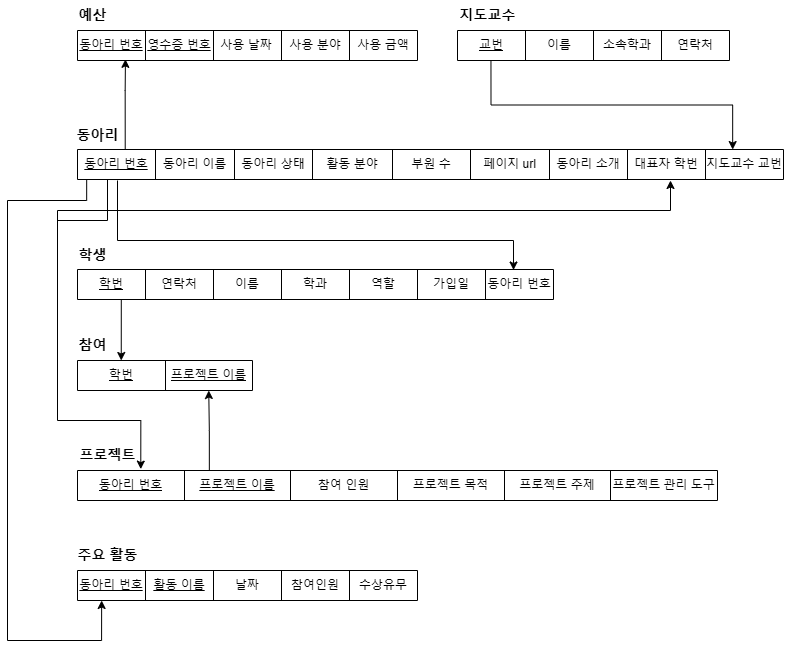
Above: docs/relationalSchema.png in jjj5306/ClubManagementSystem (draw.io), before the change. Source tidied: cells renumbered, new cells last; positions are measured from the earlier drawing's top-left corner, leaving out a move shared by most shapes.
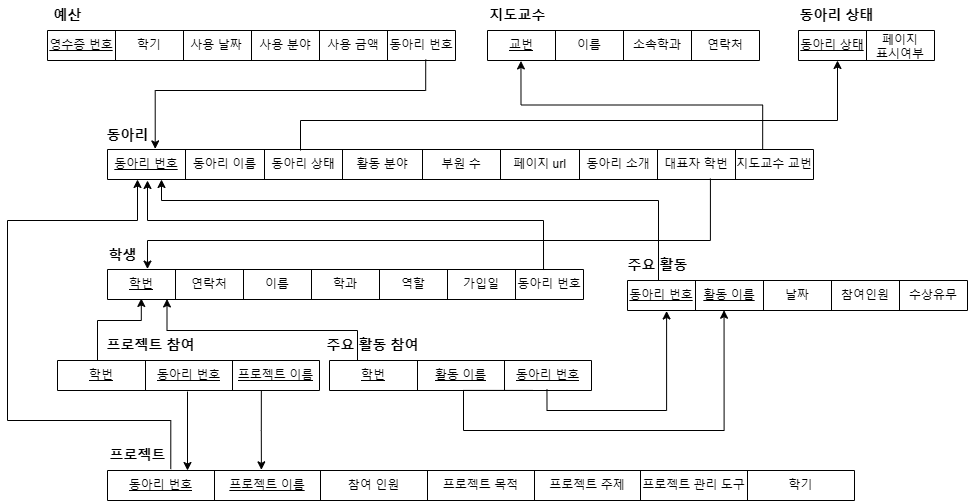
The same file after the commit.

Commit message:
docs : update relaional schema

What changed in the source:
```diff
@@ -65,6 +65,15 @@
     <mxCell id="22" value="동아리 번호" style="shape=partialRectangle;html=1;whiteSpace=wrap;strokeColor=inherit;overflow=hidden;fillColor=none;top=0;left=0;bottom=0;right=0;" parent="15" vertex="1">
       <mxGeometry x="408" width="68" height="30" as="geometry" />
     </mxCell>
+    <mxCell id="60" style="edgeStyle=orthogonalEdgeStyle;rounded=0;jettySize=auto;html=1;entryX=0.916;entryY=0.017;entryDx=0;entryDy=0;entryPerimeter=0;exitX=0.916;exitY=0.017;exitDx=0;exitDy=0;exitPerimeter=0;" parent="14" edge="1" source="15">
+      <mxGeometry relative="1" as="geometry">
+        <mxPoint x="40" y="-89" as="targetPoint" />
+        <Array as="points">
+          <mxPoint x="436" y="-49" />
+          <mxPoint x="40" y="-49" />
+        </Array>
+      </mxGeometry>
+    </mxCell>
     <mxCell id="23" value="&lt;font style=&quot;font-size: 14px;&quot;&gt;&lt;b&gt;학생&lt;/b&gt;&lt;/font&gt;" style="text;html=1;align=center;verticalAlign=middle;strokeColor=none;fillColor=none;" parent="1" vertex="1">
       <mxGeometry x="60" y="240" width="50" height="30" as="geometry" />
     </mxCell>
@@ -87,31 +96,34 @@
       <mxGeometry x="204" width="68" height="30" as="geometry" />
     </mxCell>
     <mxCell id="30" style="shape=table;startSize=0;" parent="1" vertex="1">
-      <mxGeometry x="70" y="30" width="340" height="30" as="geometry" />
+      <mxGeometry x="10" y="30" width="408" height="30" as="geometry" />
     </mxCell>
     <mxCell id="31" style="shape=tableRow;horizontal=0;startSize=0;swimlaneHead=0;swimlaneBody=0;strokeColor=inherit;top=0;left=0;bottom=0;right=0;fillColor=none;points=[[0,0.5],[1,0.5]];portConstraint=eastwest;" parent="30" vertex="1">
-      <mxGeometry width="340" height="30" as="geometry" />
+      <mxGeometry width="408" height="30" as="geometry" />
     </mxCell>
+    <mxCell id="69" value="&lt;u style=&quot;forced-color-adjust: none; color: rgb(0, 0, 0); font-family: Helvetica; font-size: 12px; font-style: normal; font-variant-ligatures: normal; font-variant-caps: normal; font-weight: 400; letter-spacing: normal; orphans: 2; text-align: center; text-indent: 0px; text-transform: none; widows: 2; word-spacing: 0px; -webkit-text-stroke-width: 0px; white-space: normal; background-color: rgb(251, 251, 251);&quot;&gt;영수증 번호&lt;/u&gt;" style="shape=partialRectangle;html=1;whiteSpace=wrap;strokeColor=inherit;overflow=hidden;fillColor=none;top=0;left=0;bottom=0;right=0;" parent="31" vertex="1">
+      <mxGeometry width="68" height="30" as="geometry" />
+    </mxCell>
-    <mxCell id="32" value="&lt;u&gt;동아리 번호&lt;/u&gt;" style="shape=partialRectangle;html=1;whiteSpace=wrap;strokeColor=inherit;overflow=hidden;fillColor=none;top=0;left=0;bottom=0;right=0;" parent="31" vertex="1">
-      <mxGeometry width="68" height="30" as="geometry" />
+    <mxCell id="32" value="학기" style="shape=partialRectangle;html=1;whiteSpace=wrap;strokeColor=inherit;overflow=hidden;fillColor=none;top=0;left=0;bottom=0;right=0;" parent="31" vertex="1">
+      <mxGeometry x="68" width="68" height="30" as="geometry" />
     </mxCell>
-    <mxCell id="33" value="&lt;u&gt;영수증 번호&lt;/u&gt;" style="shape=partialRectangle;html=1;whiteSpace=wrap;strokeColor=inherit;overflow=hidden;fillColor=none;top=0;left=0;bottom=0;right=0;" parent="31" vertex="1">
-      <mxGeometry x="68" width="68" height="30" as="geometry" />
+    <mxCell id="33" value="사용 날짜&lt;span style=&quot;white-space: pre;&quot;&gt;&#9;&lt;/span&gt;" style="shape=partialRectangle;html=1;whiteSpace=wrap;strokeColor=inherit;overflow=hidden;fillColor=none;top=0;left=0;bottom=0;right=0;" parent="31" vertex="1">
+      <mxGeometry x="136" width="68" height="30" as="geometry" />
     </mxCell>
-    <mxCell id="34" value="사용 날짜&lt;span style=&quot;white-space: pre;&quot;&gt;&#9;&lt;/span&gt;" style="shape=partialRectangle;html=1;whiteSpace=wrap;strokeColor=inherit;overflow=hidden;fillColor=none;top=0;left=0;bottom=0;right=0;" parent="31" vertex="1">
-      <mxGeometry x="136" width="68" height="30" as="geometry" />
+    <mxCell id="34" value="사용 분야" style="shape=partialRectangle;html=1;whiteSpace=wrap;strokeColor=inherit;overflow=hidden;fillColor=none;top=0;left=0;bottom=0;right=0;" parent="31" vertex="1">
+      <mxGeometry x="204" width="68" height="30" as="geometry" />
     </mxCell>
-    <mxCell id="35" value="사용 분야" style="shape=partialRectangle;html=1;whiteSpace=wrap;strokeColor=inherit;overflow=hidden;fillColor=none;top=0;left=0;bottom=0;right=0;" parent="31" vertex="1">
-      <mxGeometry x="204" width="68" height="30" as="geometry" />
+    <mxCell id="35" value="사용 금액" style="shape=partialRectangle;html=1;whiteSpace=wrap;strokeColor=inherit;overflow=hidden;fillColor=none;top=0;left=0;bottom=0;right=0;" parent="31" vertex="1">
+      <mxGeometry x="272" width="68" height="30" as="geometry" />
     </mxCell>
-    <mxCell id="36" value="사용 금액" style="shape=partialRectangle;html=1;whiteSpace=wrap;strokeColor=inherit;overflow=hidden;fillColor=none;top=0;left=0;bottom=0;right=0;" parent="31" vertex="1">
-      <mxGeometry x="272" width="68" height="30" as="geometry" />
+    <mxCell id="36" value="동아리 번호" style="shape=partialRectangle;html=1;whiteSpace=wrap;strokeColor=inherit;overflow=hidden;fillColor=none;top=0;left=0;bottom=0;right=0;" parent="31" vertex="1">
+      <mxGeometry x="340" width="68" height="30" as="geometry" />
     </mxCell>
     <mxCell id="37" value="&lt;span style=&quot;font-size: 14px;&quot;&gt;&lt;b&gt;예산&lt;/b&gt;&lt;/span&gt;" style="text;html=1;align=center;verticalAlign=middle;strokeColor=none;fillColor=none;" parent="1" vertex="1">
-      <mxGeometry x="60" width="50" height="30" as="geometry" />
+      <mxGeometry x="5" width="50" height="30" as="geometry" />
     </mxCell>
     <mxCell id="38" style="shape=table;startSize=0;fontStyle=4;" parent="1" vertex="1">
-      <mxGeometry x="70" y="570" width="340" height="30" as="geometry" />
+      <mxGeometry x="590" y="280" width="340" height="30" as="geometry" />
     </mxCell>
     <mxCell id="39" style="shape=tableRow;horizontal=0;startSize=0;swimlaneHead=0;swimlaneBody=0;strokeColor=inherit;top=0;left=0;bottom=0;right=0;fillColor=none;points=[[0,0.5],[1,0.5]];portConstraint=eastwest;fontStyle=4;" parent="38" vertex="1">
       <mxGeometry width="340" height="30" as="geometry" />
@@ -132,15 +144,13 @@
       <mxGeometry x="272" width="68" height="30" as="geometry" />
     </mxCell>
     <mxCell id="45" value="&lt;span style=&quot;font-size: 14px;&quot;&gt;&lt;b&gt;주요 활동&lt;/b&gt;&lt;/span&gt;" style="text;html=1;align=center;verticalAlign=middle;strokeColor=none;fillColor=none;" parent="1" vertex="1">
-      <mxGeometry x="60" y="540" width="80" height="30" as="geometry" />
+      <mxGeometry x="580" y="250" width="80" height="30" as="geometry" />
     </mxCell>
-    <mxCell id="46" style="edgeStyle=orthogonalEdgeStyle;rounded=0;orthogonalLoop=1;jettySize=auto;html=1;" parent="1" edge="1">
+    <mxCell id="46" style="edgeStyle=orthogonalEdgeStyle;rounded=0;jettySize=auto;html=1;exitX=0.854;exitY=0.969;exitDx=0;exitDy=0;exitPerimeter=0;entryX=0.084;entryY=-0.014;entryDx=0;entryDy=0;entryPerimeter=0;" parent="1" edge="1" source="3" target="15">
       <mxGeometry relative="1" as="geometry">
-        <mxPoint x="50" y="270" as="sourcePoint" />
-        <mxPoint x="663" y="180" as="targetPoint" />
         <Array as="points">
-          <mxPoint x="50" y="210" />
-          <mxPoint x="663" y="210" />
+          <mxPoint x="673" y="240" />
+          <mxPoint x="110" y="240" />
         </Array>
       </mxGeometry>
     </mxCell>
@@ -148,10 +158,10 @@
       <mxGeometry x="440" width="80" height="30" as="geometry" />
     </mxCell>
     <mxCell id="48" style="shape=table;startSize=0;" parent="1" vertex="1">
-      <mxGeometry x="70" y="470" width="640" height="30" as="geometry" />
+      <mxGeometry x="70" y="470" width="747" height="30" as="geometry" />
     </mxCell>
     <mxCell id="49" style="shape=tableRow;horizontal=0;startSize=0;swimlaneHead=0;swimlaneBody=0;strokeColor=inherit;top=0;left=0;bottom=0;right=0;fillColor=none;points=[[0,0.5],[1,0.5]];portConstraint=eastwest;" parent="48" vertex="1">
-      <mxGeometry width="640" height="30" as="geometry" />
+      <mxGeometry width="747" height="30" as="geometry" />
     </mxCell>
     <mxCell id="50" value="&lt;u&gt;동아리 번호&lt;/u&gt;" style="shape=partialRectangle;html=1;whiteSpace=wrap;strokeColor=inherit;overflow=hidden;fillColor=none;top=0;left=0;bottom=0;right=0;" parent="49" vertex="1">
       <mxGeometry width="107" height="30" as="geometry" />
@@ -171,64 +181,143 @@
     <mxCell id="55" value="프로젝트 관리 도구" style="shape=partialRectangle;html=1;whiteSpace=wrap;strokeColor=inherit;overflow=hidden;fillColor=none;top=0;left=0;bottom=0;right=0;" parent="49" vertex="1">
       <mxGeometry x="533" width="107" height="30" as="geometry" />
     </mxCell>
+    <mxCell id="70" value="학기" style="shape=partialRectangle;html=1;whiteSpace=wrap;strokeColor=inherit;overflow=hidden;fillColor=none;top=0;left=0;bottom=0;right=0;" parent="49" vertex="1">
+      <mxGeometry x="640" width="107" height="30" as="geometry" />
+    </mxCell>
     <mxCell id="56" value="&lt;span style=&quot;font-size: 14px;&quot;&gt;&lt;b&gt;프로젝트&lt;/b&gt;&lt;/span&gt;" style="text;html=1;align=center;verticalAlign=middle;points=[];strokeColor=none;fillColor=none;" parent="1" vertex="1">
       <mxGeometry x="60" y="440" width="80" height="30" as="geometry" />
     </mxCell>
-    <mxCell id="57" style="edgeStyle=orthogonalEdgeStyle;rounded=0;jettySize=auto;html=1;exitX=0.896;exitY=0.947;exitDx=0;exitDy=0;entryX=0.141;entryY=0.961;entryDx=0;entryDy=0;entryPerimeter=0;exitPerimeter=0;" parent="1" edge="1" source="13" target="30">
-      <mxGeometry relative="1" as="geometry" />
-    </mxCell>
-    <mxCell id="58" style="edgeStyle=orthogonalEdgeStyle;rounded=0;jettySize=auto;html=1;exitX=0.123;exitY=1.015;exitDx=0;exitDy=0;entryX=0.928;entryY=0.002;entryDx=0;entryDy=0;entryPerimeter=0;exitPerimeter=0;" parent="1" edge="1" source="25" target="3">
-      <mxGeometry relative="1" as="geometry" />
-    </mxCell>
-    <mxCell id="59" style="edgeStyle=orthogonalEdgeStyle;rounded=0;jettySize=auto;html=1;entryX=0.916;entryY=0.954;entryDx=0;entryDy=0;entryPerimeter=0;exitX=0.054;exitY=1.001;exitDx=0;exitDy=0;exitPerimeter=0;" parent="1" edge="1" source="3" target="56">
+    <mxCell id="59" style="edgeStyle=orthogonalEdgeStyle;rounded=0;jettySize=auto;html=1;exitX=0.916;exitY=0.954;exitDx=0;exitDy=0;exitPerimeter=0;" parent="1" edge="1" source="56" target="3">
       <mxGeometry relative="1" as="geometry">
         <Array as="points">
+          <mxPoint x="133" y="420" />
+          <mxPoint x="-30" y="420" />
+          <mxPoint x="-30" y="220" />
           <mxPoint x="100" y="220" />
-          <mxPoint x="50" y="220" />
-          <mxPoint x="50" y="420" />
-          <mxPoint x="133" y="420" />
         </Array>
       </mxGeometry>
     </mxCell>
-    <mxCell id="60" style="edgeStyle=orthogonalEdgeStyle;rounded=0;jettySize=auto;html=1;entryX=0.916;entryY=0.017;entryDx=0;entryDy=0;entryPerimeter=0;" parent="1" edge="1" target="15">
-      <mxGeometry relative="1" as="geometry">
-        <mxPoint x="110" y="180" as="sourcePoint" />
-        <Array as="points">
-          <mxPoint x="110" y="240" />
-          <mxPoint x="506" y="240" />
-        </Array>
-      </mxGeometry>
-    </mxCell>
     <mxCell id="61" style="shape=table;startSize=0;" parent="1" vertex="1">
-      <mxGeometry x="70" y="360" width="175" height="30" as="geometry" />
+      <mxGeometry x="20" y="360" width="262" height="30" as="geometry" />
     </mxCell>
     <mxCell id="62" style="shape=tableRow;horizontal=0;startSize=0;swimlaneHead=0;swimlaneBody=0;strokeColor=inherit;top=0;left=0;bottom=0;right=0;fillColor=none;points=[[0,0.5],[1,0.5]];portConstraint=eastwest;" parent="61" vertex="1">
-      <mxGeometry width="175" height="30" as="geometry" />
+      <mxGeometry width="262" height="30" as="geometry" />
     </mxCell>
     <mxCell id="63" value="&lt;u&gt;학번&lt;/u&gt;" style="shape=partialRectangle;html=1;whiteSpace=wrap;strokeColor=inherit;overflow=hidden;fillColor=none;top=0;left=0;bottom=0;right=0;" parent="62" vertex="1">
       <mxGeometry width="88" height="30" as="geometry" />
     </mxCell>
-    <mxCell id="64" value="&lt;u&gt;프로젝트 이름&lt;/u&gt;" style="shape=partialRectangle;html=1;whiteSpace=wrap;strokeColor=inherit;overflow=hidden;fillColor=none;top=0;left=0;bottom=0;right=0;" parent="62" vertex="1">
+    <mxCell id="64" value="&lt;u&gt;동아리 번호&lt;/u&gt;" style="shape=partialRectangle;html=1;whiteSpace=wrap;strokeColor=inherit;overflow=hidden;fillColor=none;top=0;left=0;bottom=0;right=0;" parent="62" vertex="1">
       <mxGeometry x="88" width="87" height="30" as="geometry" />
     </mxCell>
+    <mxCell id="71" value="&lt;u&gt;프로젝트 이름&lt;/u&gt;" style="shape=partialRectangle;html=1;whiteSpace=wrap;strokeColor=inherit;overflow=hidden;fillColor=none;top=0;left=0;bottom=0;right=0;" parent="62" vertex="1">
+      <mxGeometry x="175" width="87" height="30" as="geometry" />
+    </mxCell>
-    <mxCell id="65" value="&lt;span style=&quot;font-size: 14px;&quot;&gt;&lt;b&gt;참여&lt;/b&gt;&lt;/span&gt;" style="text;html=1;align=center;verticalAlign=middle;strokeColor=none;fillColor=none;" parent="1" vertex="1">
-      <mxGeometry x="60" y="330" width="50" height="30" as="geometry" />
+    <mxCell id="65" value="&lt;span style=&quot;font-size: 14px;&quot;&gt;&lt;b&gt;프로젝트 참여&lt;/b&gt;&lt;/span&gt;" style="text;html=1;align=center;verticalAlign=middle;strokeColor=none;fillColor=none;" parent="1" vertex="1">
+      <mxGeometry x="58" y="330" width="110" height="30" as="geometry" />
     </mxCell>
-    <mxCell id="66" style="edgeStyle=orthogonalEdgeStyle;rounded=0;jettySize=auto;html=1;entryX=0.25;entryY=0;entryDx=0;entryDy=0;exitX=0.092;exitY=1.017;exitDx=0;exitDy=0;exitPerimeter=0;" parent="1" edge="1" source="15" target="61">
-      <mxGeometry relative="1" as="geometry" />
+    <mxCell id="66" style="edgeStyle=orthogonalEdgeStyle;rounded=0;jettySize=auto;html=1;entryX=0.071;entryY=0.965;entryDx=0;entryDy=0;exitX=0.25;exitY=0;exitDx=0;exitDy=0;entryPerimeter=0;" parent="1" edge="1" source="61" target="15">
+      <mxGeometry relative="1" as="geometry">
+        <Array as="points">
+          <mxPoint x="60" y="360" />
+          <mxPoint x="60" y="320" />
+          <mxPoint x="104" y="320" />
+        </Array>
+      </mxGeometry>
     </mxCell>
+    <mxCell id="72" style="shape=table;startSize=0;" parent="1" vertex="1">
+      <mxGeometry x="292" y="360" width="262" height="30" as="geometry" />
+    </mxCell>
+    <mxCell id="73" style="shape=tableRow;horizontal=0;startSize=0;swimlaneHead=0;swimlaneBody=0;strokeColor=inherit;top=0;left=0;bottom=0;right=0;fillColor=none;points=[[0,0.5],[1,0.5]];portConstraint=eastwest;" parent="72" vertex="1">
+      <mxGeometry width="262" height="30" as="geometry" />
+    </mxCell>
+    <mxCell id="74" value="&lt;u&gt;학번&lt;/u&gt;" style="shape=partialRectangle;html=1;whiteSpace=wrap;strokeColor=inherit;overflow=hidden;fillColor=none;top=0;left=0;bottom=0;right=0;" parent="73" vertex="1">
+      <mxGeometry width="88" height="30" as="geometry" />
+    </mxCell>
+    <mxCell id="75" value="&lt;u&gt;활동 이름&lt;/u&gt;" style="shape=partialRectangle;html=1;whiteSpace=wrap;strokeColor=inherit;overflow=hidden;fillColor=none;top=0;left=0;bottom=0;right=0;" parent="73" vertex="1">
+      <mxGeometry x="88" width="87" height="30" as="geometry" />
+    </mxCell>
+    <mxCell id="76" value="동아리 번호" style="shape=partialRectangle;html=1;whiteSpace=wrap;strokeColor=inherit;overflow=hidden;fillColor=none;top=0;left=0;bottom=0;right=0;fontStyle=4;" parent="73" vertex="1">
+      <mxGeometry x="175" width="87" height="30" as="geometry" />
+    </mxCell>
+    <mxCell id="77" value="&lt;span style=&quot;font-size: 14px;&quot;&gt;&lt;b&gt;주요 활동 참여&lt;/b&gt;&lt;/span&gt;" style="text;html=1;align=center;verticalAlign=middle;strokeColor=none;fillColor=none;" parent="1" vertex="1">
+      <mxGeometry x="275" y="330" width="120" height="30" as="geometry" />
+    </mxCell>
+    <mxCell id="58" style="edgeStyle=orthogonalEdgeStyle;rounded=0;jettySize=auto;html=1;exitX=0.928;exitY=0.002;exitDx=0;exitDy=0;entryX=0.123;entryY=1.015;entryDx=0;entryDy=0;entryPerimeter=0;exitPerimeter=0;" parent="1" edge="1" source="3" target="25">
+      <mxGeometry relative="1" as="geometry" />
+    </mxCell>
+    <mxCell id="57" style="edgeStyle=orthogonalEdgeStyle;rounded=0;jettySize=auto;html=1;exitX=0.927;exitY=0.968;exitDx=0;exitDy=0;entryX=0.896;entryY=0.947;entryDx=0;entryDy=0;entryPerimeter=0;exitPerimeter=0;" parent="1" edge="1" source="31" target="13">
+      <mxGeometry relative="1" as="geometry">
+        <Array as="points">
+          <mxPoint x="388" y="90" />
+          <mxPoint x="118" y="90" />
+        </Array>
+      </mxGeometry>
+    </mxCell>
+    <mxCell id="78" style="edgeStyle=orthogonalEdgeStyle;rounded=0;jettySize=auto;html=1;" parent="1" edge="1" target="3">
+      <mxGeometry relative="1" as="geometry">
+        <mxPoint x="621" y="280" as="sourcePoint" />
+        <Array as="points">
+          <mxPoint x="621" y="200" />
+          <mxPoint x="124" y="200" />
+        </Array>
+      </mxGeometry>
+    </mxCell>
+    <mxCell id="79" style="edgeStyle=orthogonalEdgeStyle;rounded=0;jettySize=auto;html=1;entryX=0.284;entryY=0.991;entryDx=0;entryDy=0;entryPerimeter=0;exitX=0.775;exitY=0.997;exitDx=0;exitDy=0;exitPerimeter=0;" parent="1" edge="1" source="73" target="39">
+      <mxGeometry relative="1" as="geometry">
+        <Array as="points">
+          <mxPoint x="426" y="390" />
+          <mxPoint x="426" y="430" />
+          <mxPoint x="687" y="430" />
+        </Array>
+      </mxGeometry>
+    </mxCell>
+    <mxCell id="80" style="edgeStyle=orthogonalEdgeStyle;rounded=0;jettySize=auto;html=1;entryX=0.125;entryY=0.982;entryDx=0;entryDy=0;entryPerimeter=0;" parent="1" edge="1" target="15">
+      <mxGeometry relative="1" as="geometry">
+        <mxPoint x="330" y="360" as="sourcePoint" />
+        <Array as="points">
+          <mxPoint x="320" y="360" />
+          <mxPoint x="320" y="330" />
+          <mxPoint x="130" y="330" />
+        </Array>
+      </mxGeometry>
+    </mxCell>
-    <mxCell id="67" style="edgeStyle=orthogonalEdgeStyle;rounded=0;jettySize=auto;html=1;exitX=0.206;exitY=-0.022;exitDx=0;exitDy=0;entryX=0.75;entryY=1;entryDx=0;entryDy=0;exitPerimeter=0;" parent="1" edge="1" source="49" target="61">
+    <mxCell id="67" style="edgeStyle=orthogonalEdgeStyle;rounded=0;jettySize=auto;html=1;exitX=0.778;exitY=1;exitDx=0;exitDy=0;entryX=0.206;entryY=-0.022;entryDx=0;entryDy=0;entryPerimeter=0;exitPerimeter=0;" parent="1" edge="1" source="62" target="49">
       <mxGeometry relative="1" as="geometry" />
     </mxCell>
-    <mxCell id="68" style="edgeStyle=orthogonalEdgeStyle;rounded=0;jettySize=auto;html=1;exitX=0.013;exitY=1.023;exitDx=0;exitDy=0;entryX=0.071;entryY=1;entryDx=0;entryDy=0;entryPerimeter=0;exitPerimeter=0;" parent="1" edge="1" source="3" target="39">
-      <mxGeometry relative="1" as="geometry">
-        <Array as="points">
-          <mxPoint x="80" y="200" />
-          <mxPoint y="200" />
-          <mxPoint y="640" />
-          <mxPoint x="94" y="640" />
-        </Array>
-      </mxGeometry>
-    </mxCell>
+    <mxCell id="81" style="shape=table;startSize=0;" parent="1" vertex="1">
+      <mxGeometry x="761" y="30" width="136" height="30" as="geometry" />
+    </mxCell>
+    <mxCell id="82" style="shape=tableRow;horizontal=0;startSize=0;swimlaneHead=0;swimlaneBody=0;strokeColor=inherit;top=0;left=0;bottom=0;right=0;fillColor=none;" parent="81" vertex="1">
+      <mxGeometry width="136" height="30" as="geometry" />
+    </mxCell>
+    <mxCell id="83" value="&lt;u&gt;동아리 상태&lt;/u&gt;" style="shape=partialRectangle;html=1;whiteSpace=wrap;strokeColor=inherit;overflow=hidden;fillColor=none;top=0;left=0;bottom=0;right=0;" parent="82" vertex="1">
+      <mxGeometry width="68" height="30" as="geometry" />
+    </mxCell>
+    <mxCell id="84" value="페이지&lt;div&gt;표시여부&lt;/div&gt;" style="shape=partialRectangle;html=1;whiteSpace=wrap;strokeColor=inherit;overflow=hidden;fillColor=none;top=0;left=0;bottom=0;right=0;" parent="82" vertex="1">
+      <mxGeometry x="68" width="68" height="30" as="geometry" />
+    </mxCell>
+    <mxCell id="85" value="&lt;span style=&quot;font-size: 14px;&quot;&gt;&lt;b&gt;동아리 상태&lt;/b&gt;&lt;/span&gt;" style="text;html=1;align=center;verticalAlign=middle;strokeColor=none;fillColor=none;" parent="1" vertex="1">
+      <mxGeometry x="749" width="100" height="30" as="geometry" />
+    </mxCell>
+    <mxCell id="86" style="edgeStyle=orthogonalEdgeStyle;rounded=0;orthogonalLoop=1;jettySize=auto;html=1;" parent="1" edge="1">
+      <mxGeometry relative="1" as="geometry">
+        <mxPoint x="263" y="150" as="sourcePoint" />
+        <mxPoint x="800" y="60" as="targetPoint" />
+        <Array as="points">
+          <mxPoint x="263" y="120" />
+          <mxPoint x="800" y="120" />
+          <mxPoint x="800" y="61" />
+        </Array>
+      </mxGeometry>
+    </mxCell>
+    <mxCell id="87" style="edgeStyle=orthogonalEdgeStyle;rounded=0;orthogonalLoop=1;jettySize=auto;html=1;exitX=0.778;exitY=1;exitDx=0;exitDy=0;entryX=0.206;entryY=-0.022;entryDx=0;entryDy=0;entryPerimeter=0;exitPerimeter=0;" parent="1" edge="1">
+      <mxGeometry relative="1" as="geometry">
+        <mxPoint x="150" y="391" as="sourcePoint" />
+        <mxPoint x="150" y="470" as="targetPoint" />
+      </mxGeometry>
+    </mxCell>
+    <mxCell id="88" style="edgeStyle=orthogonalEdgeStyle;rounded=0;jettySize=auto;html=1;exitX=0.83;exitY=0.967;exitDx=0;exitDy=0;entryX=0.115;entryY=1.016;entryDx=0;entryDy=0;entryPerimeter=0;exitPerimeter=0;" parent="1" edge="1" source="73" target="39">
+      <mxGeometry relative="1" as="geometry" />
+    </mxCell>
   </root>
 </mxGraphModel>
```
